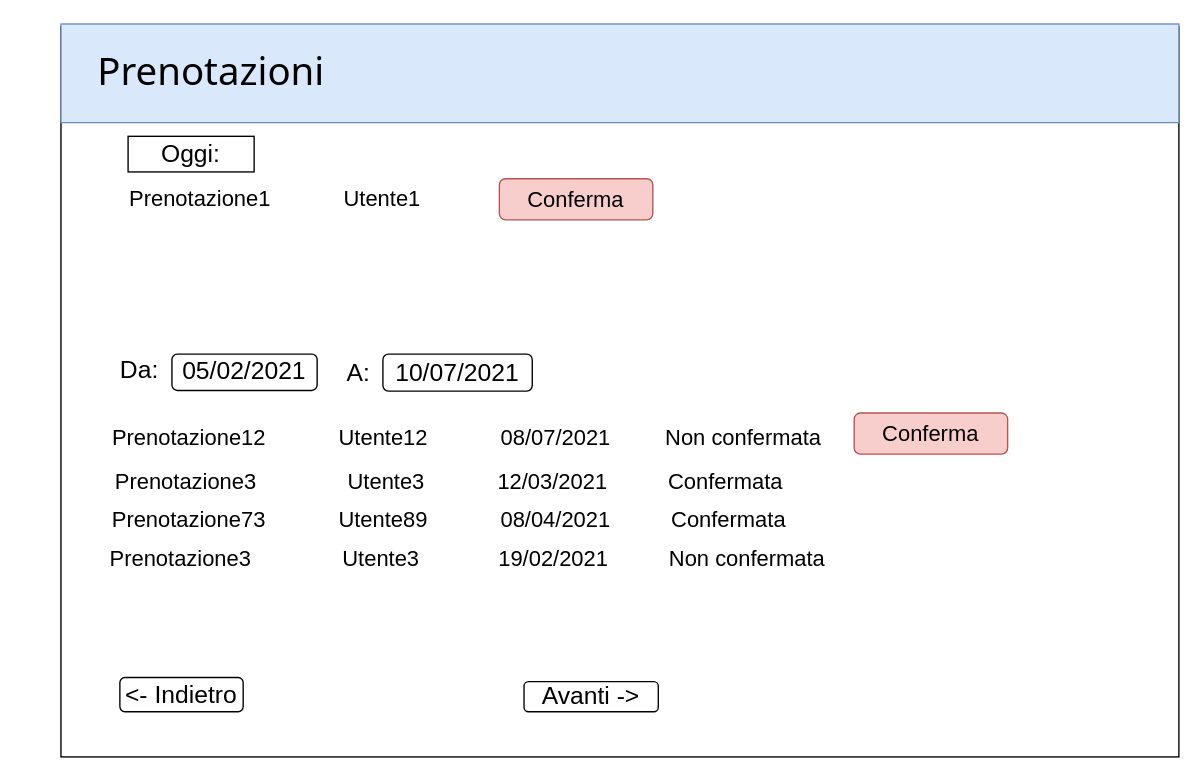
Above: page "Prenotazioni" (2 of 5) of drawio/Interfacce/VisteFarmacia.drawio in lnwor/farmabyte-doc (draw.io), before the change. Source tidied: cells renumbered, new cells numbered last; positions are measured from the earlier drawing's top-left corner, leaving out a move shared by most shapes. Both pictures are drawn from the tidied source at 137%, with x=0, y=0 at pixel (22, 23).
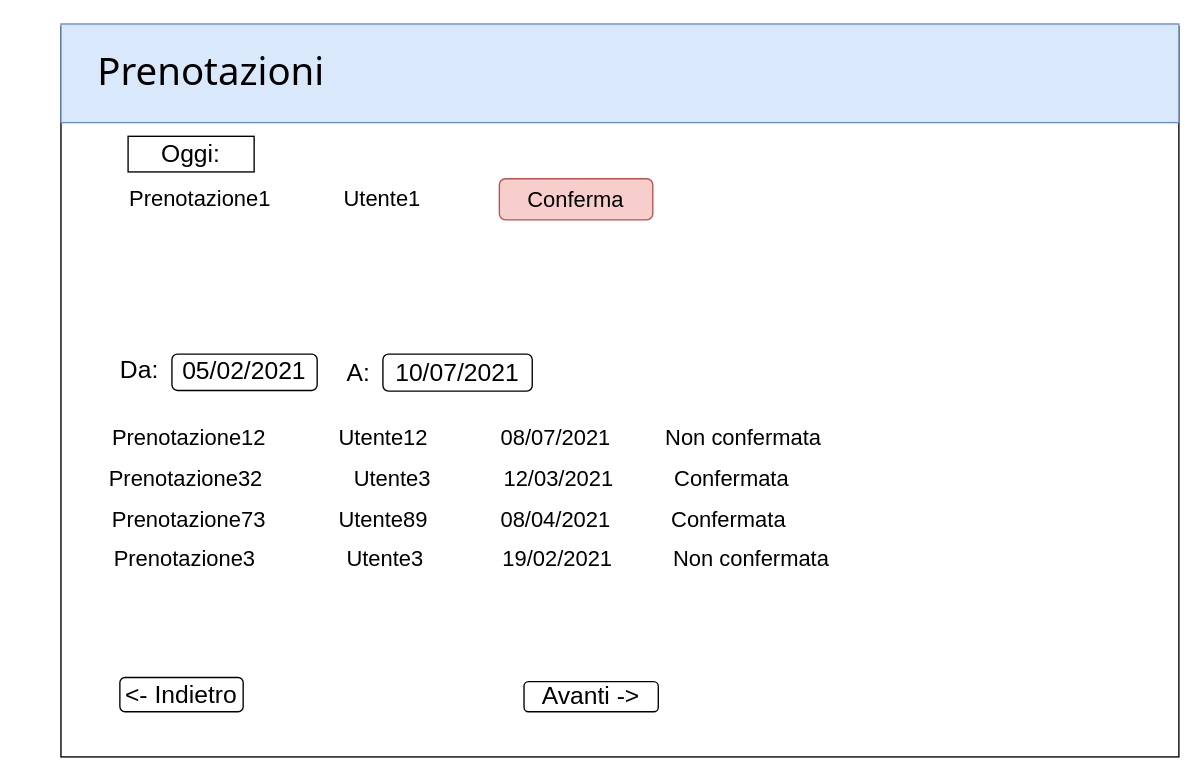
The same diagram, later.

The edit, as a diff of the source:
```diff
@@
 <mxGraphModel>
   <root>
     <mxCell id="0" />
     <mxCell id="1" parent="0" />
     <mxCell id="2" value="&lt;br&gt;" style="rounded=0;whiteSpace=wrap;html=1;" parent="1" vertex="1">
       <mxGeometry x="28" y="2" width="816" height="533" as="geometry" />
     </mxCell>
     <mxCell id="3" value="Conferma" style="rounded=1;whiteSpace=wrap;html=1;fontSize=16;align=center;fillColor=#f8cecc;strokeColor=#b85450;" parent="1" vertex="1">
       <mxGeometry x="348" y="113" width="112" height="30" as="geometry" />
     </mxCell>
     <mxCell id="4" style="rounded=0;whiteSpace=wrap;html=1;fontSize=28;fillColor=#dae8fc;strokeColor=#6c8ebf;" parent="1" vertex="1">
       <mxGeometry x="28" width="816" height="72" as="geometry" />
     </mxCell>
     <mxCell id="5" value="Prenotazioni" style="text;strokeColor=none;fillColor=none;align=left;verticalAlign=top;spacingLeft=4;spacingRight=4;overflow=hidden;fontSize=28;fontFamily=Noto Sans;" parent="1" vertex="1">
       <mxGeometry x="49" y="11" width="193" height="48" as="geometry" />
     </mxCell>
     <mxCell id="6" value="Prenotazione1&amp;nbsp; &amp;nbsp; &amp;nbsp; &amp;nbsp; &amp;nbsp; &amp;nbsp; Utente1" style="text;html=1;strokeColor=none;fillColor=none;align=center;verticalAlign=middle;whiteSpace=wrap;rounded=0;fontSize=16;fontColor=#000000;" parent="1" vertex="1">
       <mxGeometry x="32" y="111" width="305" height="32" as="geometry" />
     </mxCell>
     <mxCell id="7" value="Oggi:" style="rounded=0;whiteSpace=wrap;html=1;fontSize=18;glass=0;shadow=0;sketch=0;" parent="1" vertex="1">
       <mxGeometry x="77" y="82" width="92" height="26" as="geometry" />
     </mxCell>
     <mxCell id="8" value="Da:" style="text;html=1;strokeColor=none;fillColor=none;align=center;verticalAlign=middle;whiteSpace=wrap;rounded=0;shadow=0;glass=0;sketch=0;fontSize=18;" parent="1" vertex="1">
       <mxGeometry x="57" y="241" width="57" height="23" as="geometry" />
     </mxCell>
     <mxCell id="9" value="A:" style="text;html=1;strokeColor=none;fillColor=none;align=center;verticalAlign=middle;whiteSpace=wrap;rounded=0;shadow=0;glass=0;sketch=0;fontSize=18;" parent="1" vertex="1">
       <mxGeometry x="217" y="243" width="57" height="23" as="geometry" />
     </mxCell>
     <mxCell id="10" value="05/02/2021" style="rounded=1;whiteSpace=wrap;html=1;shadow=0;glass=0;sketch=0;fontSize=18;" parent="1" vertex="1">
       <mxGeometry x="109" y="241" width="106" height="26.5" as="geometry" />
     </mxCell>
     <mxCell id="11" value="10/07/2021" style="rounded=1;whiteSpace=wrap;html=1;shadow=0;glass=0;sketch=0;fontSize=18;" parent="1" vertex="1">
       <mxGeometry x="263" y="241" width="109" height="27" as="geometry" />
     </mxCell>
-    <mxCell id="12" value="Conferma" style="rounded=1;whiteSpace=wrap;html=1;fontSize=16;align=center;fillColor=#f8cecc;strokeColor=#b85450;" parent="1" vertex="1">
-      <mxGeometry x="607" y="284" width="112" height="30" as="geometry" />
-    </mxCell>
     <mxCell id="13" value="Prenotazione12&amp;nbsp; &amp;nbsp; &amp;nbsp; &amp;nbsp; &amp;nbsp; &amp;nbsp; Utente12&amp;nbsp; &amp;nbsp; &amp;nbsp; &amp;nbsp; &amp;nbsp; &amp;nbsp; 08/07/2021&amp;nbsp; &amp;nbsp; &amp;nbsp; &amp;nbsp; &amp;nbsp;Non confermata" style="text;html=1;strokeColor=none;fillColor=none;align=center;verticalAlign=middle;whiteSpace=wrap;rounded=0;fontSize=16;fontColor=#000000;" parent="1" vertex="1">
       <mxGeometry x="46" y="286" width="557" height="32" as="geometry" />
     </mxCell>
-    <mxCell id="14" value="Prenotazione3&amp;nbsp; &amp;nbsp; &amp;nbsp; &amp;nbsp; &amp;nbsp; &amp;nbsp; &amp;nbsp; &amp;nbsp;Utente3&amp;nbsp; &amp;nbsp; &amp;nbsp; &amp;nbsp; &amp;nbsp; &amp;nbsp; 12/03/2021&amp;nbsp; &amp;nbsp; &amp;nbsp; &amp;nbsp; &amp;nbsp; Confermata" style="text;html=1;strokeColor=none;fillColor=none;align=center;verticalAlign=middle;whiteSpace=wrap;rounded=0;fontSize=16;fontColor=#000000;" parent="1" vertex="1">
-      <mxGeometry x="13" y="318" width="597" height="32" as="geometry" />
+    <mxCell id="14" value="Prenotazione32&amp;nbsp; &amp;nbsp; &amp;nbsp; &amp;nbsp; &amp;nbsp; &amp;nbsp; &amp;nbsp; &amp;nbsp;Utente3&amp;nbsp; &amp;nbsp; &amp;nbsp; &amp;nbsp; &amp;nbsp; &amp;nbsp; 12/03/2021&amp;nbsp; &amp;nbsp; &amp;nbsp; &amp;nbsp; &amp;nbsp; Confermata" style="text;html=1;strokeColor=none;fillColor=none;align=center;verticalAlign=middle;whiteSpace=wrap;rounded=0;fontSize=16;fontColor=#000000;" parent="1" vertex="1">
+      <mxGeometry x="13" y="316" width="597" height="32" as="geometry" />
     </mxCell>
     <mxCell id="15" value="Avanti -&amp;gt;" style="rounded=1;whiteSpace=wrap;html=1;shadow=0;glass=0;sketch=0;fontSize=18;" parent="1" vertex="1">
       <mxGeometry x="366" y="480" width="98" height="22" as="geometry" />
     </mxCell>
     <mxCell id="16" value="&amp;lt;- Indietro" style="rounded=1;whiteSpace=wrap;html=1;shadow=0;glass=0;sketch=0;fontSize=18;" parent="1" vertex="1">
       <mxGeometry x="71" y="477" width="90" height="25" as="geometry" />
     </mxCell>
     <mxCell id="17" value="Prenotazione73&amp;nbsp; &amp;nbsp; &amp;nbsp; &amp;nbsp; &amp;nbsp; &amp;nbsp; Utente89&amp;nbsp; &amp;nbsp; &amp;nbsp; &amp;nbsp; &amp;nbsp; &amp;nbsp; 08/04/2021&amp;nbsp; &amp;nbsp; &amp;nbsp; &amp;nbsp; &amp;nbsp; Confermata" style="text;html=1;strokeColor=none;fillColor=none;align=center;verticalAlign=middle;whiteSpace=wrap;rounded=0;fontSize=16;fontColor=#000000;" parent="1" vertex="1">
       <mxGeometry x="4" y="346" width="615" height="32" as="geometry" />
     </mxCell>
     <mxCell id="18" value="Prenotazione3&amp;nbsp; &amp;nbsp; &amp;nbsp; &amp;nbsp; &amp;nbsp; &amp;nbsp; &amp;nbsp; &amp;nbsp;Utente3&amp;nbsp; &amp;nbsp; &amp;nbsp; &amp;nbsp; &amp;nbsp; &amp;nbsp; &amp;nbsp;19/02/2021&amp;nbsp; &amp;nbsp; &amp;nbsp; &amp;nbsp; &amp;nbsp; Non confermata" style="text;html=1;strokeColor=none;fillColor=none;align=center;verticalAlign=middle;whiteSpace=wrap;rounded=0;fontSize=16;fontColor=#000000;" parent="1" vertex="1">
-      <mxGeometry x="0.5" y="374" width="648" height="32" as="geometry" />
+      <mxGeometry x="4" y="374" width="648" height="32" as="geometry" />
     </mxCell>
   </root>
 </mxGraphModel>
```
